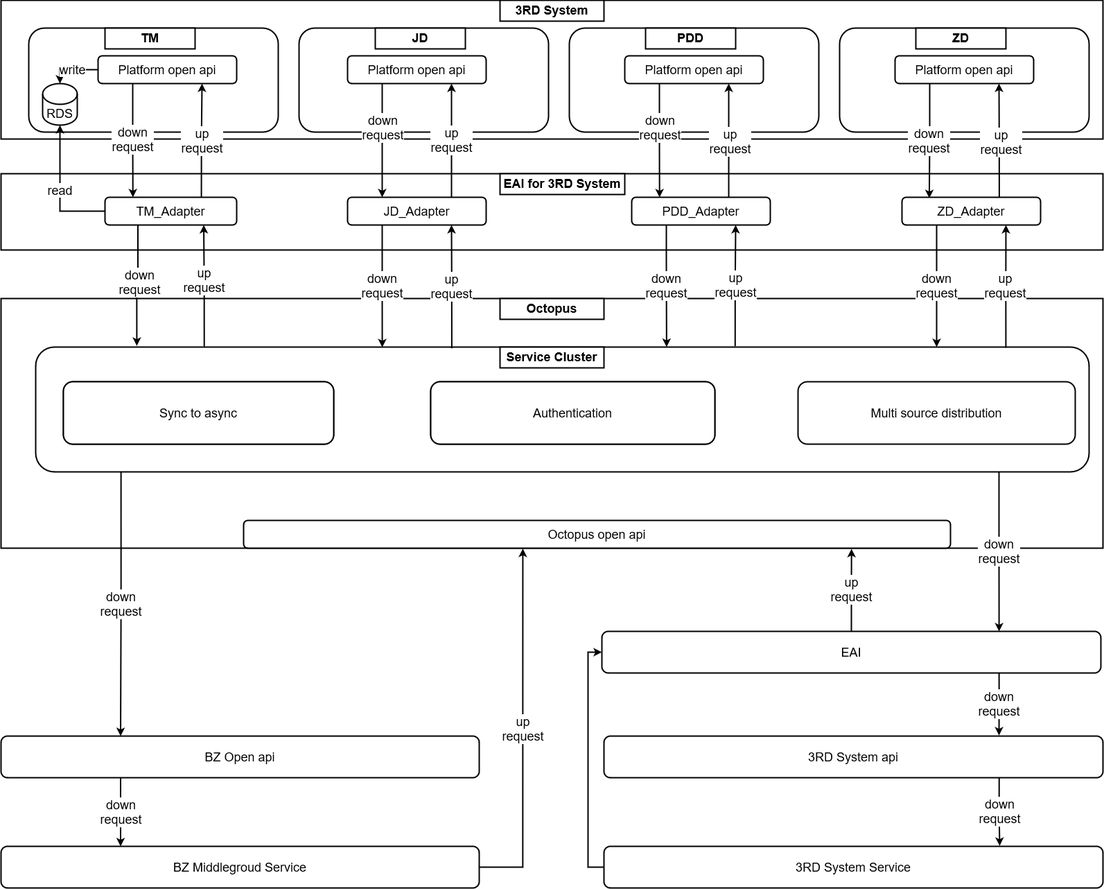
Above: platform-integration-middleground.drawio.png in jackie-thank/beego-authz (draw.io), before the change. Source tidied: cells renumbered, new cells last; positions are measured from the earlier drawing's top-left corner, leaving out a move shared by most shapes.
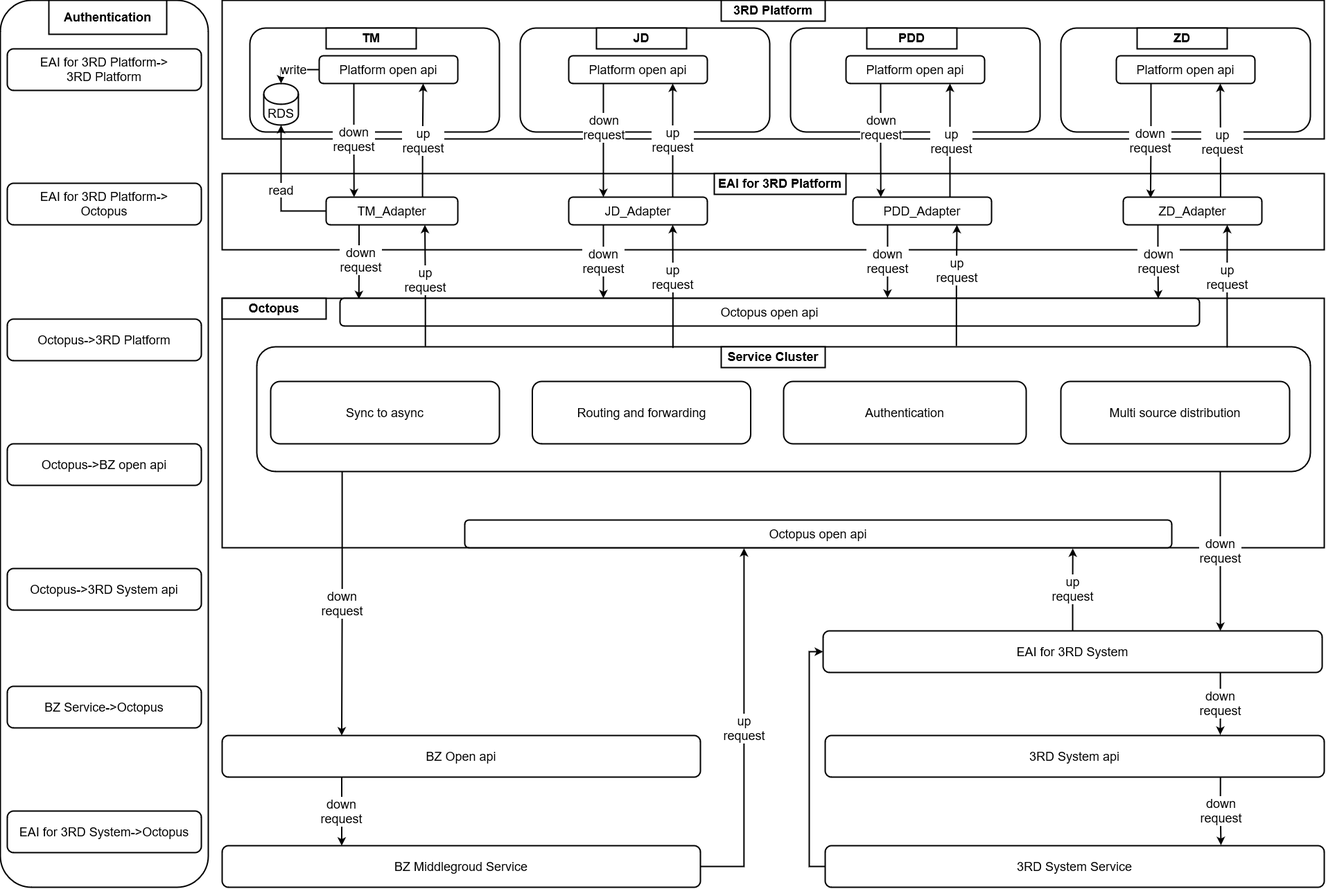
Later version of the same file.

The edit, as a diff of the source:
```diff
@@ -23,7 +23,7 @@
     <mxCell id="8" value="&lt;div style=&quot;font-size: 18px;&quot;&gt;TM&lt;/div&gt;" style="rounded=0;whiteSpace=wrap;html=1;strokeWidth=2;fontSize=18;fontStyle=1;" parent="1" vertex="1">
       <mxGeometry x="150" y="40" width="130" height="30" as="geometry" />
     </mxCell>
-    <mxCell id="9" value="3RD System" style="rounded=0;whiteSpace=wrap;html=1;strokeWidth=2;fontSize=18;fontStyle=1;" parent="1" vertex="1">
+    <mxCell id="9" value="3RD Platform" style="rounded=0;whiteSpace=wrap;html=1;strokeWidth=2;fontSize=18;fontStyle=1;" parent="1" vertex="1">
       <mxGeometry x="720" width="150" height="30" as="geometry" />
     </mxCell>
     <mxCell id="10" style="rounded=1;whiteSpace=wrap;html=1;strokeWidth=2;" parent="1" vertex="1">
@@ -35,7 +35,7 @@
     <mxCell id="12" value="read" style="edgeStyle=orthogonalEdgeStyle;rounded=0;jettySize=auto;html=1;exitX=0;exitY=0.5;exitDx=0;exitDy=0;entryX=0.5;entryY=1;entryDx=0;entryDy=0;entryPerimeter=0;strokeWidth=2;fontSize=18;" parent="1" edge="1" source="16" target="20">
       <mxGeometry relative="1" as="geometry" />
     </mxCell>
-    <mxCell id="13" style="edgeStyle=orthogonalEdgeStyle;rounded=0;jettySize=auto;html=1;exitX=0.25;exitY=1;exitDx=0;exitDy=0;entryX=0.096;entryY=-0.01;entryDx=0;entryDy=0;entryPerimeter=0;strokeWidth=2;fontSize=18;" parent="1" edge="1" source="16" target="5">
+    <mxCell id="13" style="edgeStyle=orthogonalEdgeStyle;rounded=0;jettySize=auto;html=1;exitX=0.25;exitY=1;exitDx=0;exitDy=0;entryX=0.022;entryY=0.031;entryDx=0;entryDy=0;entryPerimeter=0;strokeWidth=2;fontSize=18;" parent="1" edge="1" source="16" target="70">
       <mxGeometry relative="1" as="geometry" />
     </mxCell>
     <mxCell id="14" value="&lt;div&gt;down&lt;/div&gt;&lt;div&gt;request&lt;br&gt;&lt;/div&gt;" style="edgeLabel;html=1;align=center;verticalAlign=middle;fontSize=18;" parent="13" vertex="1">
@@ -68,8 +68,10 @@
     <mxCell id="23" value="Platform open api" style="rounded=1;whiteSpace=wrap;html=1;strokeWidth=2;fontSize=18;" parent="1" vertex="1">
       <mxGeometry x="500" y="80" width="200" height="40" as="geometry" />
     </mxCell>
-    <mxCell id="24" value="&lt;div&gt;down&lt;/div&gt;&lt;div&gt;request&lt;br&gt;&lt;/div&gt;" style="edgeStyle=orthogonalEdgeStyle;rounded=0;jettySize=auto;html=1;exitX=0.25;exitY=1;exitDx=0;exitDy=0;entryX=0.329;entryY=0.002;entryDx=0;entryDy=0;entryPerimeter=0;strokeWidth=2;fontSize=18;" parent="1" edge="1" source="26" target="5">
-      <mxGeometry relative="1" as="geometry" />
+    <mxCell id="24" value="&lt;div&gt;down&lt;/div&gt;&lt;div&gt;request&lt;br&gt;&lt;/div&gt;" style="edgeStyle=orthogonalEdgeStyle;rounded=0;jettySize=auto;html=1;exitX=0.25;exitY=1;exitDx=0;exitDy=0;strokeWidth=2;fontSize=18;" parent="1" edge="1" source="26">
+      <mxGeometry relative="1" as="geometry">
+        <mxPoint x="550" y="430" as="targetPoint" />
+      </mxGeometry>
     </mxCell>
     <mxCell id="25" value="&lt;div&gt;up &lt;br&gt;&lt;/div&gt;&lt;div&gt;request&lt;/div&gt;" style="edgeStyle=orthogonalEdgeStyle;rounded=0;jettySize=auto;html=1;exitX=0.75;exitY=0;exitDx=0;exitDy=0;entryX=0.75;entryY=1;entryDx=0;entryDy=0;strokeWidth=2;fontSize=18;" parent="1" edge="1" source="26" target="23">
       <mxGeometry relative="1" as="geometry" />
@@ -104,15 +106,6 @@
     <mxCell id="35" value="Platform open api" style="rounded=1;whiteSpace=wrap;html=1;strokeWidth=2;fontSize=18;" parent="1" vertex="1">
       <mxGeometry x="1290" y="80" width="200" height="40" as="geometry" />
     </mxCell>
-    <mxCell id="36" style="edgeStyle=orthogonalEdgeStyle;rounded=0;jettySize=auto;html=1;exitX=0.16;exitY=-0.004;exitDx=0;exitDy=0;entryX=0.75;entryY=1;entryDx=0;entryDy=0;strokeWidth=2;fontSize=18;exitPerimeter=0;" parent="1" edge="1" source="5" target="16">
-      <mxGeometry relative="1" as="geometry" />
-    </mxCell>
-    <mxCell id="37" value="&lt;div&gt;up&lt;/div&gt;&lt;div&gt;request&lt;br&gt;&lt;/div&gt;" style="edgeLabel;html=1;align=center;verticalAlign=middle;fontSize=18;" parent="36" vertex="1">
-      <mxGeometry x="0.1" relative="1" as="geometry" />
-    </mxCell>
-    <mxCell id="38" value="&lt;div&gt;up&lt;/div&gt;&lt;div&gt;request&lt;br&gt;&lt;/div&gt;" style="edgeStyle=orthogonalEdgeStyle;rounded=0;jettySize=auto;html=1;exitX=0.395;exitY=0.01;exitDx=0;exitDy=0;entryX=0.75;entryY=1;entryDx=0;entryDy=0;strokeWidth=2;fontSize=18;exitPerimeter=0;" parent="1" edge="1" source="5" target="26">
-      <mxGeometry relative="1" as="geometry" />
-    </mxCell>
     <mxCell id="39" value="&lt;div&gt;down&lt;/div&gt;&lt;div&gt;request&lt;br&gt;&lt;/div&gt;" style="edgeStyle=orthogonalEdgeStyle;rounded=0;jettySize=auto;html=1;exitX=0.25;exitY=1;exitDx=0;exitDy=0;entryX=0.25;entryY=0;entryDx=0;entryDy=0;strokeWidth=2;fontSize=18;" parent="1" edge="1" source="40" target="45">
       <mxGeometry relative="1" as="geometry" />
     </mxCell>
@@ -120,7 +113,7 @@
       <mxGeometry y="1061" width="690" height="60" as="geometry" />
     </mxCell>
     <mxCell id="41" value="Octopus" style="rounded=0;whiteSpace=wrap;html=1;strokeWidth=2;fontSize=18;fontStyle=1;" parent="1" vertex="1">
-      <mxGeometry x="720" y="430" width="150" height="30" as="geometry" />
+      <mxGeometry y="430" width="150" height="30" as="geometry" />
     </mxCell>
     <mxCell id="42" value="&lt;div&gt;down&lt;/div&gt;&lt;div&gt;request&lt;br&gt;&lt;/div&gt;" style="edgeStyle=orthogonalEdgeStyle;rounded=0;jettySize=auto;html=1;entryX=0.796;entryY=0;entryDx=0;entryDy=0;strokeWidth=2;fontSize=18;entryPerimeter=0;" parent="1" edge="1" target="52">
       <mxGeometry relative="1" as="geometry">
@@ -156,28 +149,25 @@
         <mxPoint x="1440" y="1060" as="targetPoint" />
       </mxGeometry>
     </mxCell>
-    <mxCell id="52" value="EAI" style="rounded=1;whiteSpace=wrap;html=1;strokeWidth=2;fontSize=18;" parent="1" vertex="1">
+    <mxCell id="52" value="EAI for 3RD System" style="rounded=1;whiteSpace=wrap;html=1;strokeWidth=2;fontSize=18;" parent="1" vertex="1">
       <mxGeometry x="867" y="910" width="720" height="60" as="geometry" />
     </mxCell>
     <mxCell id="53" value="Sync to async" style="rounded=1;whiteSpace=wrap;html=1;strokeWidth=2;fontSize=18;" parent="1" vertex="1">
-      <mxGeometry x="90" y="550" width="390" height="90" as="geometry" />
+      <mxGeometry x="70" y="550" width="330" height="90" as="geometry" />
     </mxCell>
     <mxCell id="54" value="Authentication" style="rounded=1;whiteSpace=wrap;html=1;strokeWidth=2;fontSize=18;" parent="1" vertex="1">
-      <mxGeometry x="620" y="550" width="410" height="90" as="geometry" />
+      <mxGeometry x="810" y="550" width="350" height="90" as="geometry" />
     </mxCell>
     <mxCell id="55" value="Multi source distribution" style="rounded=1;whiteSpace=wrap;html=1;strokeWidth=2;fontSize=18;" parent="1" vertex="1">
-      <mxGeometry x="1150" y="550" width="400" height="90" as="geometry" />
+      <mxGeometry x="1210" y="550" width="330" height="90" as="geometry" />
     </mxCell>
-    <mxCell id="56" value="Sync to async" style="rounded=1;whiteSpace=wrap;html=1;strokeWidth=2;fontSize=18;" parent="1" vertex="1">
-      <mxGeometry x="90" y="550" width="390" height="90" as="geometry" />
+    <mxCell id="56" value="Routing and forwarding" style="rounded=1;whiteSpace=wrap;html=1;strokeWidth=2;fontSize=18;" parent="1" vertex="1">
+      <mxGeometry x="447.5" y="550" width="315" height="90" as="geometry" />
     </mxCell>
-    <mxCell id="57" value="Authentication" style="rounded=1;whiteSpace=wrap;html=1;strokeWidth=2;fontSize=18;" parent="1" vertex="1">
-      <mxGeometry x="620" y="550" width="410" height="90" as="geometry" />
-    </mxCell>
     <mxCell id="58" value="Service Cluster" style="rounded=0;whiteSpace=wrap;html=1;strokeWidth=2;fontSize=18;fontStyle=1;" parent="1" vertex="1">
       <mxGeometry x="720" y="500" width="150" height="30" as="geometry" />
     </mxCell>
-    <mxCell id="59" value="&lt;div&gt;down&lt;/div&gt;&lt;div&gt;request&lt;br&gt;&lt;/div&gt;" style="edgeStyle=orthogonalEdgeStyle;rounded=0;jettySize=auto;html=1;exitX=0.25;exitY=1;exitDx=0;exitDy=0;entryX=0.604;entryY=0.194;entryDx=0;entryDy=0;entryPerimeter=0;strokeWidth=2;fontSize=18;" parent="1" edge="1" source="62" target="3">
+    <mxCell id="59" value="&lt;div&gt;down&lt;/div&gt;&lt;div&gt;request&lt;br&gt;&lt;/div&gt;" style="edgeStyle=orthogonalEdgeStyle;rounded=0;jettySize=auto;html=1;exitX=0.25;exitY=1;exitDx=0;exitDy=0;entryX=0.637;entryY=-0.016;entryDx=0;entryDy=0;entryPerimeter=0;strokeWidth=2;fontSize=18;" parent="1" edge="1" source="62" target="70">
       <mxGeometry relative="1" as="geometry" />
     </mxCell>
     <mxCell id="60" style="edgeStyle=orthogonalEdgeStyle;rounded=0;jettySize=auto;html=1;exitX=0.7;exitY=0.027;exitDx=0;exitDy=0;entryX=0.75;entryY=1;entryDx=0;entryDy=0;strokeWidth=2;fontSize=18;exitPerimeter=0;" parent="1" edge="1" source="62" target="33">
@@ -189,10 +179,8 @@
     <mxCell id="62" value="PDD_Adapter" style="rounded=1;whiteSpace=wrap;html=1;strokeWidth=2;fontSize=18;" parent="1" vertex="1">
       <mxGeometry x="910" y="284" width="200" height="40" as="geometry" />
     </mxCell>
-    <mxCell id="63" value="&lt;div&gt;down&lt;/div&gt;&lt;div&gt;request&lt;br&gt;&lt;/div&gt;" style="edgeStyle=orthogonalEdgeStyle;rounded=0;jettySize=auto;html=1;exitX=0.25;exitY=1;exitDx=0;exitDy=0;strokeWidth=2;fontSize=18;" parent="1" edge="1" source="66">
-      <mxGeometry relative="1" as="geometry">
-        <mxPoint x="1350" y="500" as="targetPoint" />
-      </mxGeometry>
+    <mxCell id="63" value="&lt;div&gt;down&lt;/div&gt;&lt;div&gt;request&lt;br&gt;&lt;/div&gt;" style="edgeStyle=orthogonalEdgeStyle;rounded=0;jettySize=auto;html=1;exitX=0.25;exitY=1;exitDx=0;exitDy=0;strokeWidth=2;fontSize=18;entryX=0.952;entryY=0.008;entryDx=0;entryDy=0;entryPerimeter=0;" parent="1" edge="1" source="66" target="70">
+      <mxGeometry relative="1" as="geometry" />
     </mxCell>
     <mxCell id="64" style="edgeStyle=orthogonalEdgeStyle;rounded=0;jettySize=auto;html=1;exitX=0.702;exitY=0.013;exitDx=0;exitDy=0;entryX=0.75;entryY=1;entryDx=0;entryDy=0;strokeWidth=2;fontSize=18;exitPerimeter=0;" parent="1" edge="1" source="66" target="35">
       <mxGeometry relative="1" as="geometry" />
@@ -203,14 +191,53 @@
     <mxCell id="66" value="ZD_Adapter" style="rounded=1;whiteSpace=wrap;html=1;strokeWidth=2;fontSize=18;" parent="1" vertex="1">
       <mxGeometry x="1300" y="284" width="200" height="40" as="geometry" />
     </mxCell>
-    <mxCell id="67" value="&lt;div&gt;up&lt;/div&gt;&lt;div&gt;request&lt;br&gt;&lt;/div&gt;" style="edgeStyle=orthogonalEdgeStyle;rounded=0;jettySize=auto;html=1;exitX=0.664;exitY=-0.006;exitDx=0;exitDy=0;entryX=0.75;entryY=1;entryDx=0;entryDy=0;strokeWidth=2;fontSize=18;exitPerimeter=0;" parent="1" edge="1" source="5" target="62">
-      <mxGeometry relative="1" as="geometry" />
-    </mxCell>
     <mxCell id="68" value="&lt;div&gt;up&lt;/div&gt;&lt;div&gt;request&lt;br&gt;&lt;/div&gt;" style="edgeStyle=orthogonalEdgeStyle;rounded=0;jettySize=auto;html=1;exitX=0.921;exitY=0.006;exitDx=0;exitDy=0;entryX=0.75;entryY=1;entryDx=0;entryDy=0;strokeWidth=2;fontSize=18;exitPerimeter=0;" parent="1" edge="1" source="5" target="66">
-      <mxGeometry relative="1" as="geometry" />
+      <mxGeometry x="0.15" relative="1" as="geometry" />
     </mxCell>
-    <mxCell id="69" value="EAI for 3RD System" style="rounded=0;whiteSpace=wrap;html=1;strokeWidth=2;fontSize=18;fontStyle=1;" parent="1" vertex="1">
-      <mxGeometry x="720" y="250" width="180" height="30" as="geometry" />
+    <mxCell id="69" value="EAI for 3RD Platform" style="rounded=0;whiteSpace=wrap;html=1;strokeWidth=2;fontSize=18;fontStyle=1;" parent="1" vertex="1">
+      <mxGeometry x="710" y="250" width="190" height="30" as="geometry" />
     </mxCell>
+    <mxCell id="70" value="Octopus open api" style="rounded=1;whiteSpace=wrap;html=1;strokeWidth=2;fontSize=18;" parent="1" vertex="1">
+      <mxGeometry x="170" y="430" width="1240" height="40" as="geometry" />
+    </mxCell>
+    <mxCell id="36" style="edgeStyle=orthogonalEdgeStyle;rounded=0;jettySize=auto;html=1;exitX=0.16;exitY=-0.004;exitDx=0;exitDy=0;entryX=0.75;entryY=1;entryDx=0;entryDy=0;strokeWidth=2;fontSize=18;exitPerimeter=0;" parent="1" edge="1" source="5" target="16">
+      <mxGeometry relative="1" as="geometry" />
+    </mxCell>
+    <mxCell id="37" value="&lt;div&gt;up&lt;/div&gt;&lt;div&gt;request&lt;br&gt;&lt;/div&gt;" style="edgeLabel;html=1;align=center;verticalAlign=middle;fontSize=18;" parent="36" vertex="1">
+      <mxGeometry x="0.1" relative="1" as="geometry" />
+    </mxCell>
+    <mxCell id="38" value="&lt;div&gt;up&lt;/div&gt;&lt;div&gt;request&lt;br&gt;&lt;/div&gt;" style="edgeStyle=orthogonalEdgeStyle;rounded=0;jettySize=auto;html=1;exitX=0.395;exitY=0.01;exitDx=0;exitDy=0;entryX=0.75;entryY=1;entryDx=0;entryDy=0;strokeWidth=2;fontSize=18;exitPerimeter=0;" parent="1" edge="1" source="5" target="26">
+      <mxGeometry x="0.15" relative="1" as="geometry" />
+    </mxCell>
+    <mxCell id="67" value="&lt;div&gt;up&lt;/div&gt;&lt;div&gt;request&lt;br&gt;&lt;/div&gt;" style="edgeStyle=orthogonalEdgeStyle;rounded=0;jettySize=auto;html=1;exitX=0.664;exitY=-0.006;exitDx=0;exitDy=0;entryX=0.75;entryY=1;entryDx=0;entryDy=0;strokeWidth=2;fontSize=18;exitPerimeter=0;" parent="1" edge="1" source="5" target="62">
+      <mxGeometry x="0.25" relative="1" as="geometry" />
+    </mxCell>
+    <mxCell id="71" style="rounded=1;whiteSpace=wrap;html=1;strokeWidth=2;fontSize=18;" parent="1" vertex="1">
+      <mxGeometry x="-320" width="300" height="1280" as="geometry" />
+    </mxCell>
+    <mxCell id="57" value="Authentication" style="rounded=0;whiteSpace=wrap;html=1;strokeWidth=2;fontSize=18;fontStyle=1;" parent="1" vertex="1">
+      <mxGeometry x="-250" width="170" height="49" as="geometry" />
+    </mxCell>
+    <mxCell id="72" value="Octopus-&amp;gt;3RD Platform" style="rounded=1;whiteSpace=wrap;html=1;strokeWidth=2;fontSize=18;" parent="1" vertex="1">
+      <mxGeometry x="-310" y="460" width="280" height="60" as="geometry" />
+    </mxCell>
+    <mxCell id="73" value="&lt;div&gt;Octopus-&amp;gt;BZ open api&lt;br&gt;&lt;/div&gt;" style="rounded=1;whiteSpace=wrap;html=1;strokeWidth=2;fontSize=18;" parent="1" vertex="1">
+      <mxGeometry x="-310" y="640" width="280" height="60" as="geometry" />
+    </mxCell>
+    <mxCell id="74" value="&lt;div&gt;Octopus-&amp;gt;3RD System api&lt;br&gt;&lt;/div&gt;" style="rounded=1;whiteSpace=wrap;html=1;strokeWidth=2;fontSize=18;" parent="1" vertex="1">
+      <mxGeometry x="-310" y="820" width="280" height="60" as="geometry" />
+    </mxCell>
+    <mxCell id="75" value="&lt;div&gt;BZ Service-&amp;gt;Octopus&lt;/div&gt;" style="rounded=1;whiteSpace=wrap;html=1;strokeWidth=2;fontSize=18;" parent="1" vertex="1">
+      <mxGeometry x="-310" y="990" width="280" height="60" as="geometry" />
+    </mxCell>
+    <mxCell id="76" value="&lt;div&gt;EAI for 3RD System-&amp;gt;Octopus&lt;/div&gt;" style="rounded=1;whiteSpace=wrap;html=1;strokeWidth=2;fontSize=18;" parent="1" vertex="1">
+      <mxGeometry x="-310" y="1170" width="280" height="60" as="geometry" />
+    </mxCell>
+    <mxCell id="77" value="&lt;div&gt;EAI for 3RD Platform-&amp;gt;&lt;/div&gt;&lt;div&gt;3RD Platform&lt;/div&gt;" style="rounded=1;whiteSpace=wrap;html=1;strokeWidth=2;fontSize=18;" parent="1" vertex="1">
+      <mxGeometry x="-310" y="70" width="280" height="60" as="geometry" />
+    </mxCell>
+    <mxCell id="78" value="&lt;div&gt;EAI for 3RD Platform-&amp;gt;&lt;/div&gt;&lt;div&gt;Octopus&lt;br&gt;&lt;/div&gt;" style="rounded=1;whiteSpace=wrap;html=1;strokeWidth=2;fontSize=18;" parent="1" vertex="1">
+      <mxGeometry x="-310" y="264" width="280" height="60" as="geometry" />
+    </mxCell>
   </root>
 </mxGraphModel>
```
